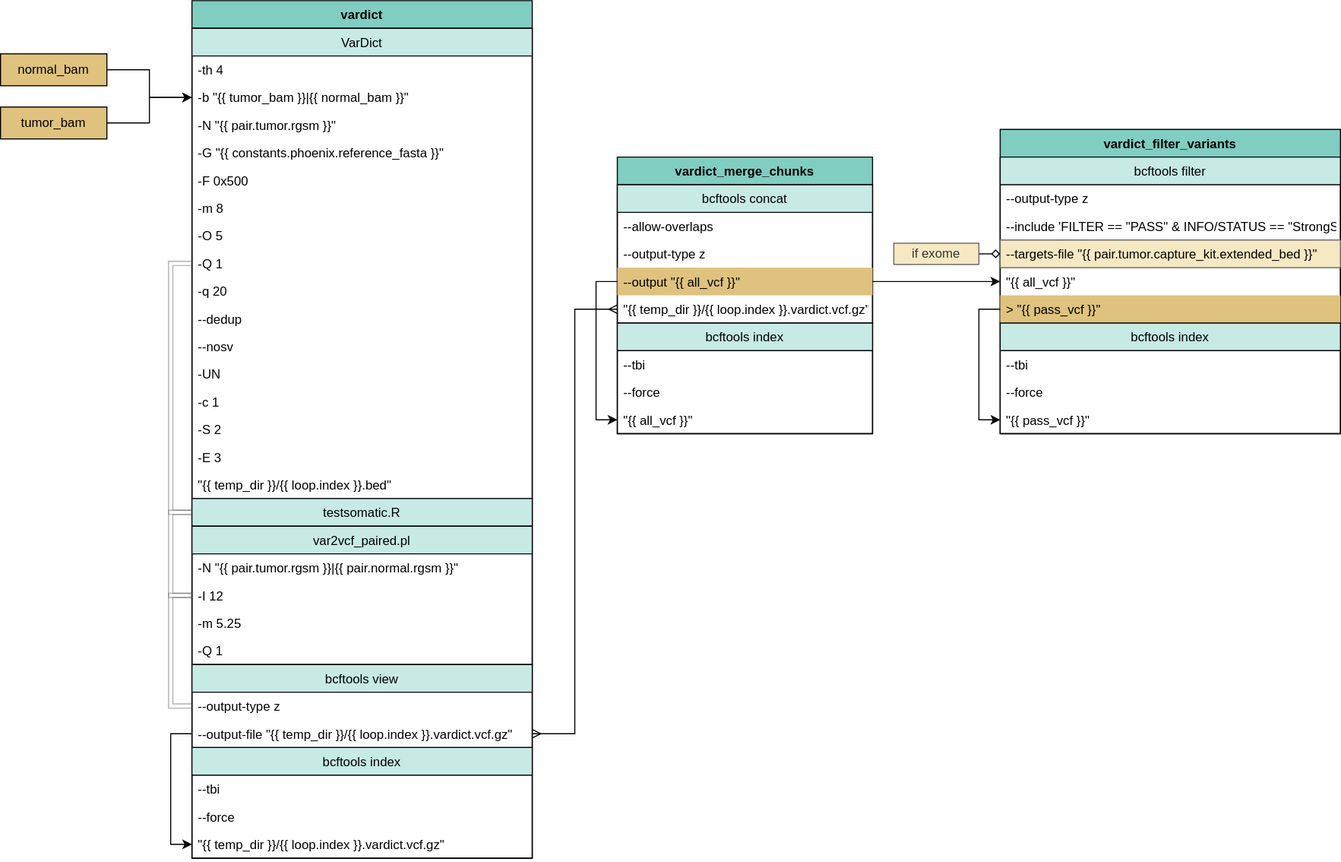
The draw.io diagram docs/source/phoenix/workflows/tumor_only/Tumor_Only_Vardict.svg in bryce-turner/tgen-jetstream-docs, before a commit. Source tidied: cells renumbered, new cells last; positions are measured from the earlier drawing's top-left corner, leaving out a move shared by most shapes.
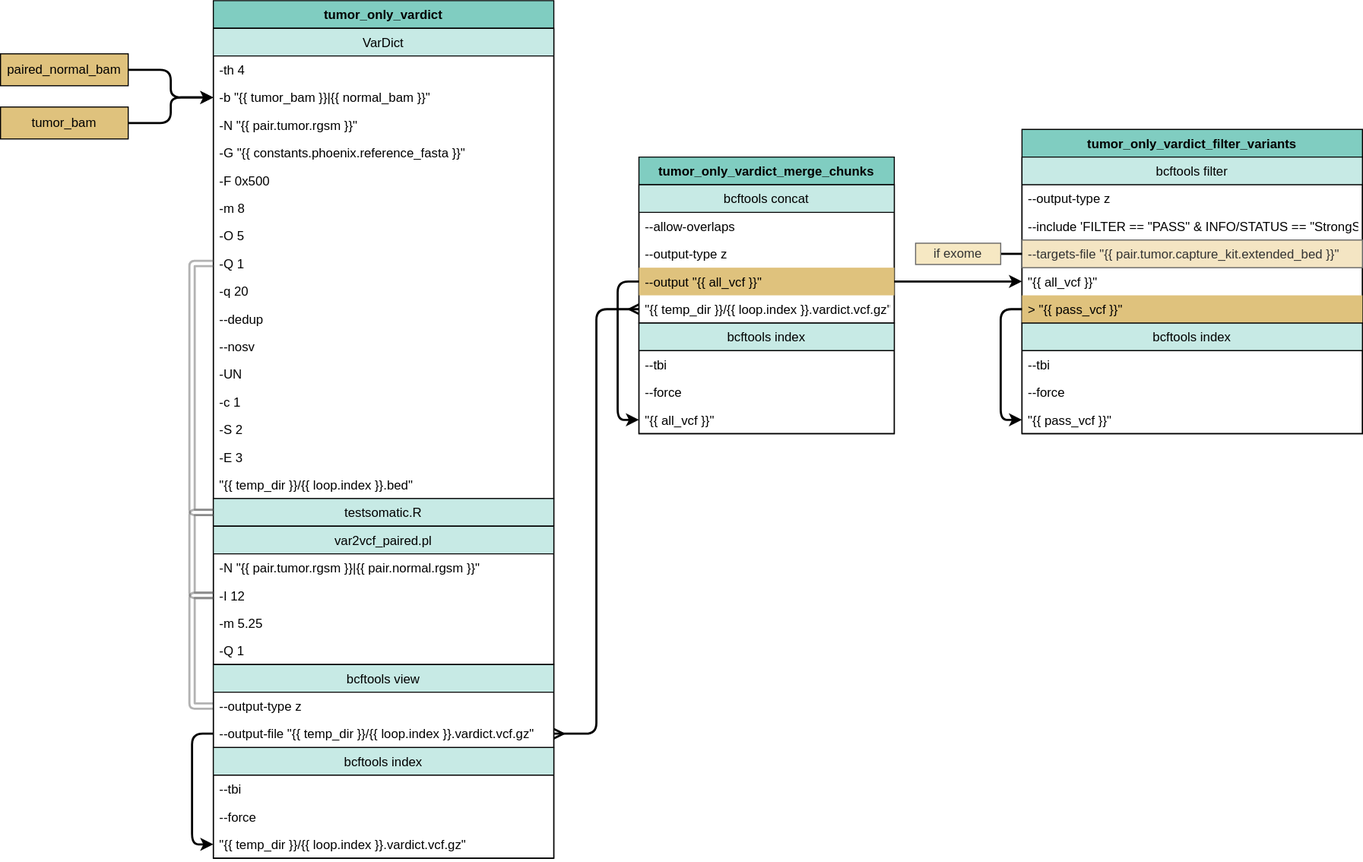
After the commit.

The edit, as a diff of the source:
```diff
@@ -2,19 +2,19 @@
   <root>
     <mxCell id="0" />
     <mxCell id="1" parent="0" />
-    <mxCell id="2" style="edgeStyle=orthogonalEdgeStyle;rounded=0;jettySize=auto;html=1;exitX=1;exitY=0.5;exitDx=0;exitDy=0;entryX=0;entryY=0.5;entryDx=0;entryDy=0;" parent="1" edge="1" source="3" target="9">
+    <mxCell id="2" style="edgeStyle=orthogonalEdgeStyle;rounded=1;jettySize=auto;html=1;exitX=1;exitY=0.5;exitDx=0;exitDy=0;entryX=0;entryY=0.5;entryDx=0;entryDy=0;strokeWidth=2;" parent="1" edge="1" source="3" target="9">
       <mxGeometry relative="1" as="geometry" />
     </mxCell>
-    <mxCell id="3" value="normal_bam" style="whiteSpace=wrap;html=1;fillColor=#dfc27d;" parent="1" vertex="1">
-      <mxGeometry y="50" width="100" height="30" as="geometry" />
+    <mxCell id="3" value="paired_normal_bam" style="whiteSpace=wrap;html=1;fillColor=#dfc27d;" parent="1" vertex="1">
+      <mxGeometry x="-20" y="50" width="120" height="30" as="geometry" />
     </mxCell>
-    <mxCell id="4" style="edgeStyle=orthogonalEdgeStyle;rounded=0;jettySize=auto;html=1;exitX=1;exitY=0.5;exitDx=0;exitDy=0;entryX=0;entryY=0.5;entryDx=0;entryDy=0;" parent="1" edge="1" source="5" target="9">
+    <mxCell id="4" style="edgeStyle=orthogonalEdgeStyle;rounded=1;jettySize=auto;html=1;exitX=1;exitY=0.5;exitDx=0;exitDy=0;entryX=0;entryY=0.5;entryDx=0;entryDy=0;strokeWidth=2;" parent="1" edge="1" source="5" target="9">
       <mxGeometry relative="1" as="geometry" />
     </mxCell>
     <mxCell id="5" value="tumor_bam" style="whiteSpace=wrap;html=1;fillColor=#dfc27d;" parent="1" vertex="1">
-      <mxGeometry y="100" width="100" height="30" as="geometry" />
+      <mxGeometry x="-20" y="100" width="120" height="30" as="geometry" />
     </mxCell>
-    <mxCell id="6" value="vardict" style="swimlane;fontStyle=1;horizontal=1;startSize=26;fillColor=#80cdc1;direction=east;" parent="1" vertex="1">
+    <mxCell id="6" value="tumor_only_vardict" style="swimlane;fontStyle=1;horizontal=1;startSize=26;fillColor=#80cdc1;direction=east;" parent="1" vertex="1">
       <mxGeometry x="180" width="320" height="806" as="geometry" />
     </mxCell>
     <mxCell id="7" value="VarDict" style="swimlane;fontStyle=0;horizontal=1;startSize=26;fillColor=#c7eae5;" parent="6" vertex="1">
@@ -68,13 +68,13 @@
     <mxCell id="23" value="&quot;{{ temp_dir }}/{{ loop.index }}.bed&quot;" style="text;strokeColor=none;fillColor=none;align=left;verticalAlign=top;spacingLeft=4;spacingRight=4;overflow=hidden;" parent="7" vertex="1">
       <mxGeometry y="416" width="320" height="26" as="geometry" />
     </mxCell>
-    <mxCell id="24" style="edgeStyle=orthogonalEdgeStyle;shape=link;rounded=0;jettySize=auto;html=1;exitX=0;exitY=0.5;exitDx=0;exitDy=0;entryX=0;entryY=0.5;entryDx=0;entryDy=0;startArrow=none;startFill=0;endArrow=none;endFill=1;sourcePerimeterSpacing=10;targetPerimeterSpacing=10;strokeColor=#666666;strokeWidth=1;fillColor=#f5f5f5;opacity=50;" parent="6" edge="1" source="25" target="7">
+    <mxCell id="24" style="edgeStyle=orthogonalEdgeStyle;shape=link;rounded=1;jettySize=auto;html=1;exitX=0;exitY=0.5;exitDx=0;exitDy=0;entryX=0;entryY=0.5;entryDx=0;entryDy=0;startArrow=none;startFill=0;endArrow=none;endFill=1;sourcePerimeterSpacing=10;targetPerimeterSpacing=10;strokeColor=#666666;strokeWidth=2;fillColor=#f5f5f5;opacity=50;" parent="6" edge="1" source="25" target="7">
       <mxGeometry relative="1" as="geometry" />
     </mxCell>
     <mxCell id="25" value="testsomatic.R" style="swimlane;fontStyle=0;horizontal=1;startSize=26;fillColor=#c7eae5;" parent="6" vertex="1" collapsed="1">
       <mxGeometry y="468" width="320" height="26" as="geometry" />
     </mxCell>
-    <mxCell id="26" style="edgeStyle=orthogonalEdgeStyle;shape=link;rounded=0;jettySize=auto;html=1;exitX=0;exitY=0.5;exitDx=0;exitDy=0;entryX=0;entryY=0.5;entryDx=0;entryDy=0;startArrow=none;startFill=0;endArrow=none;endFill=1;sourcePerimeterSpacing=10;targetPerimeterSpacing=10;strokeColor=#666666;strokeWidth=1;fillColor=#f5f5f5;opacity=50;" parent="6" edge="1" source="27" target="25">
+    <mxCell id="26" style="edgeStyle=orthogonalEdgeStyle;shape=link;rounded=1;jettySize=auto;html=1;exitX=0;exitY=0.5;exitDx=0;exitDy=0;entryX=0;entryY=0.5;entryDx=0;entryDy=0;startArrow=none;startFill=0;endArrow=none;endFill=1;sourcePerimeterSpacing=10;targetPerimeterSpacing=10;strokeColor=#666666;strokeWidth=2;fillColor=#f5f5f5;opacity=50;" parent="6" edge="1" source="27" target="25">
       <mxGeometry relative="1" as="geometry" />
     </mxCell>
     <mxCell id="27" value="var2vcf_paired.pl" style="swimlane;fontStyle=0;horizontal=1;startSize=26;fillColor=#c7eae5;" parent="6" vertex="1">
@@ -92,7 +92,7 @@
     <mxCell id="31" value="-Q 1" style="text;strokeColor=none;fillColor=none;align=left;verticalAlign=top;spacingLeft=4;spacingRight=4;overflow=hidden;" parent="27" vertex="1">
       <mxGeometry y="104" width="320" height="26" as="geometry" />
     </mxCell>
-    <mxCell id="32" style="edgeStyle=orthogonalEdgeStyle;shape=link;rounded=0;jettySize=auto;html=1;exitX=0;exitY=0.5;exitDx=0;exitDy=0;entryX=0;entryY=0.5;entryDx=0;entryDy=0;startArrow=none;startFill=0;endArrow=none;endFill=1;sourcePerimeterSpacing=10;targetPerimeterSpacing=10;strokeColor=#666666;strokeWidth=1;fillColor=#f5f5f5;opacity=50;" parent="6" edge="1" source="33" target="27">
+    <mxCell id="32" style="edgeStyle=orthogonalEdgeStyle;shape=link;rounded=1;jettySize=auto;html=1;exitX=0;exitY=0.5;exitDx=0;exitDy=0;entryX=0;entryY=0.5;entryDx=0;entryDy=0;startArrow=none;startFill=0;endArrow=none;endFill=1;sourcePerimeterSpacing=10;targetPerimeterSpacing=10;strokeColor=#666666;strokeWidth=2;fillColor=#f5f5f5;opacity=50;" parent="6" edge="1" source="33" target="27">
       <mxGeometry relative="1" as="geometry" />
     </mxCell>
     <mxCell id="33" value="bcftools view" style="swimlane;fontStyle=0;horizontal=1;startSize=26;fillColor=#c7eae5;" parent="6" vertex="1">
@@ -116,10 +116,10 @@
     <mxCell id="39" value="&quot;{{ temp_dir }}/{{ loop.index }}.vardict.vcf.gz&quot;" style="text;strokeColor=none;fillColor=none;align=left;verticalAlign=top;spacingLeft=4;spacingRight=4;overflow=hidden;points=[[0,0.5],[1,0.5]];portConstraint=eastwest;" parent="36" vertex="1">
       <mxGeometry y="78" width="320" height="26" as="geometry" />
     </mxCell>
-    <mxCell id="40" style="edgeStyle=orthogonalEdgeStyle;rounded=0;jettySize=auto;html=1;exitX=0;exitY=0.5;exitDx=0;exitDy=0;entryX=0;entryY=0.5;entryDx=0;entryDy=0;startArrow=none;startFill=0;endArrow=classic;endFill=1;sourcePerimeterSpacing=10;targetPerimeterSpacing=10;strokeWidth=1;" parent="6" edge="1" source="35" target="39">
+    <mxCell id="40" style="edgeStyle=orthogonalEdgeStyle;rounded=1;jettySize=auto;html=1;exitX=0;exitY=0.5;exitDx=0;exitDy=0;entryX=0;entryY=0.5;entryDx=0;entryDy=0;startArrow=none;startFill=0;endArrow=classic;endFill=1;sourcePerimeterSpacing=10;targetPerimeterSpacing=10;strokeWidth=2;" parent="6" edge="1" source="35" target="39">
       <mxGeometry relative="1" as="geometry" />
     </mxCell>
-    <mxCell id="41" value="vardict_filter_variants" style="swimlane;fontStyle=1;horizontal=1;startSize=26;fillColor=#80cdc1;direction=east;" parent="1" vertex="1">
+    <mxCell id="41" value="tumor_only_vardict_filter_variants" style="swimlane;fontStyle=1;horizontal=1;startSize=26;fillColor=#80cdc1;direction=east;" parent="1" vertex="1">
       <mxGeometry x="940" y="121" width="320" height="286" as="geometry" />
     </mxCell>
     <mxCell id="42" value="bcftools filter" style="swimlane;fontStyle=0;horizontal=1;startSize=26;fillColor=#c7eae5;" parent="41" vertex="1">
@@ -131,7 +131,7 @@
     <mxCell id="44" value="--include 'FILTER == &quot;PASS&quot; &amp; INFO/STATUS == &quot;StrongSomatic&quot;'" style="text;strokeColor=none;fillColor=none;align=left;verticalAlign=top;spacingLeft=4;spacingRight=4;overflow=hidden;" parent="42" vertex="1">
       <mxGeometry y="52" width="320" height="26" as="geometry" />
     </mxCell>
-    <mxCell id="45" value="--targets-file &quot;{{ pair.tumor.capture_kit.extended_bed }}&quot;" style="text;strokeColor=#666666;fillColor=#f6e8c3;align=left;verticalAlign=top;spacingLeft=4;spacingRight=4;overflow=hidden;points=[[0,0.5],[1,0.5]];portConstraint=eastwest;" parent="42" vertex="1">
+    <mxCell id="45" value="--targets-file &quot;{{ pair.tumor.capture_kit.extended_bed }}&quot;" style="text;strokeColor=#666666;fillColor=#F4E5C3;align=left;verticalAlign=top;spacingLeft=4;spacingRight=4;overflow=hidden;points=[[0,0.5],[1,0.5]];portConstraint=eastwest;fontColor=#333333;" parent="42" vertex="1">
       <mxGeometry y="78" width="320" height="26" as="geometry" />
     </mxCell>
     <mxCell id="46" value="&quot;{{ all_vcf }}&quot;" style="text;strokeColor=none;fillColor=none;align=left;verticalAlign=top;spacingLeft=4;spacingRight=4;overflow=hidden;points=[[0,0.5],[1,0.5]];portConstraint=eastwest;" parent="42" vertex="1">
@@ -152,10 +152,10 @@
     <mxCell id="51" value="&quot;{{ pass_vcf }}&quot;" style="text;strokeColor=none;fillColor=none;align=left;verticalAlign=top;spacingLeft=4;spacingRight=4;overflow=hidden;points=[[0,0.5],[1,0.5]];portConstraint=eastwest;" parent="48" vertex="1">
       <mxGeometry y="78" width="320" height="26" as="geometry" />
     </mxCell>
-    <mxCell id="52" style="edgeStyle=orthogonalEdgeStyle;rounded=0;jettySize=auto;html=1;exitX=0;exitY=0.5;exitDx=0;exitDy=0;entryX=0;entryY=0.5;entryDx=0;entryDy=0;" parent="41" edge="1" source="47" target="51">
+    <mxCell id="52" style="edgeStyle=orthogonalEdgeStyle;rounded=1;jettySize=auto;html=1;exitX=0;exitY=0.5;exitDx=0;exitDy=0;entryX=0;entryY=0.5;entryDx=0;entryDy=0;strokeWidth=2;" parent="41" edge="1" source="47" target="51">
       <mxGeometry relative="1" as="geometry" />
     </mxCell>
-    <mxCell id="53" value="vardict_merge_chunks" style="swimlane;fontStyle=1;horizontal=1;startSize=26;fillColor=#80cdc1;direction=east;" parent="1" vertex="1">
+    <mxCell id="53" value="tumor_only_vardict_merge_chunks" style="swimlane;fontStyle=1;horizontal=1;startSize=26;fillColor=#80cdc1;direction=east;" parent="1" vertex="1">
       <mxGeometry x="580" y="147" width="240" height="260" as="geometry" />
     </mxCell>
     <mxCell id="54" value="bcftools concat" style="swimlane;fontStyle=0;horizontal=1;startSize=26;fillColor=#c7eae5;" parent="53" vertex="1">
@@ -185,16 +185,16 @@
     <mxCell id="62" value="&quot;{{ all_vcf }}&quot;" style="text;strokeColor=none;fillColor=none;align=left;verticalAlign=top;spacingLeft=4;spacingRight=4;overflow=hidden;points=[[0,0.5],[1,0.5]];portConstraint=eastwest;" parent="59" vertex="1">
       <mxGeometry y="78" width="240" height="26" as="geometry" />
     </mxCell>
-    <mxCell id="63" style="edgeStyle=orthogonalEdgeStyle;rounded=0;jettySize=auto;html=1;exitX=0;exitY=0.5;exitDx=0;exitDy=0;entryX=0;entryY=0.5;entryDx=0;entryDy=0;" parent="53" edge="1" source="57" target="62">
+    <mxCell id="63" style="edgeStyle=orthogonalEdgeStyle;rounded=1;jettySize=auto;html=1;exitX=0;exitY=0.5;exitDx=0;exitDy=0;entryX=0;entryY=0.5;entryDx=0;entryDy=0;strokeWidth=2;" parent="53" edge="1" source="57" target="62">
       <mxGeometry relative="1" as="geometry" />
     </mxCell>
-    <mxCell id="64" style="edgeStyle=orthogonalEdgeStyle;rounded=0;jettySize=auto;html=1;exitX=1;exitY=0.5;exitDx=0;exitDy=0;entryX=0;entryY=0.5;entryDx=0;entryDy=0;endArrow=ERmany;endFill=0;startArrow=ERmany;startFill=0;" parent="1" edge="1" source="35" target="58">
+    <mxCell id="64" style="edgeStyle=orthogonalEdgeStyle;rounded=1;jettySize=auto;html=1;exitX=1;exitY=0.5;exitDx=0;exitDy=0;entryX=0;entryY=0.5;entryDx=0;entryDy=0;endArrow=ERmany;endFill=0;startArrow=ERmany;startFill=0;strokeWidth=2;" parent="1" edge="1" source="35" target="58">
       <mxGeometry relative="1" as="geometry" />
     </mxCell>
-    <mxCell id="65" style="edgeStyle=orthogonalEdgeStyle;rounded=0;jettySize=auto;html=1;exitX=1;exitY=0.5;exitDx=0;exitDy=0;entryX=0;entryY=0.5;entryDx=0;entryDy=0;" parent="1" edge="1" source="57" target="46">
+    <mxCell id="65" style="edgeStyle=orthogonalEdgeStyle;rounded=1;jettySize=auto;html=1;exitX=1;exitY=0.5;exitDx=0;exitDy=0;entryX=0;entryY=0.5;entryDx=0;entryDy=0;strokeWidth=2;" parent="1" edge="1" source="57" target="46">
       <mxGeometry relative="1" as="geometry" />
     </mxCell>
-    <mxCell id="66" style="edgeStyle=orthogonalEdgeStyle;rounded=0;jettySize=auto;html=1;exitX=1;exitY=0.5;exitDx=0;exitDy=0;entryX=0;entryY=0.5;entryDx=0;entryDy=0;startArrow=none;startFill=0;endArrow=diamond;endFill=0;" parent="1" edge="1" source="67" target="45">
+    <mxCell id="66" style="edgeStyle=orthogonalEdgeStyle;rounded=1;jettySize=auto;html=1;exitX=1;exitY=0.5;exitDx=0;exitDy=0;entryX=0;entryY=0.5;entryDx=0;entryDy=0;startArrow=none;startFill=0;endArrow=none;endFill=0;strokeWidth=2;" parent="1" edge="1" source="67" target="45">
       <mxGeometry relative="1" as="geometry" />
     </mxCell>
     <mxCell id="67" value="if exome" style="text;html=1;strokeColor=#666666;fillColor=#f6e8c3;align=center;verticalAlign=middle;whiteSpace=wrap;rounded=0;fontColor=#333333;" parent="1" vertex="1">
```
